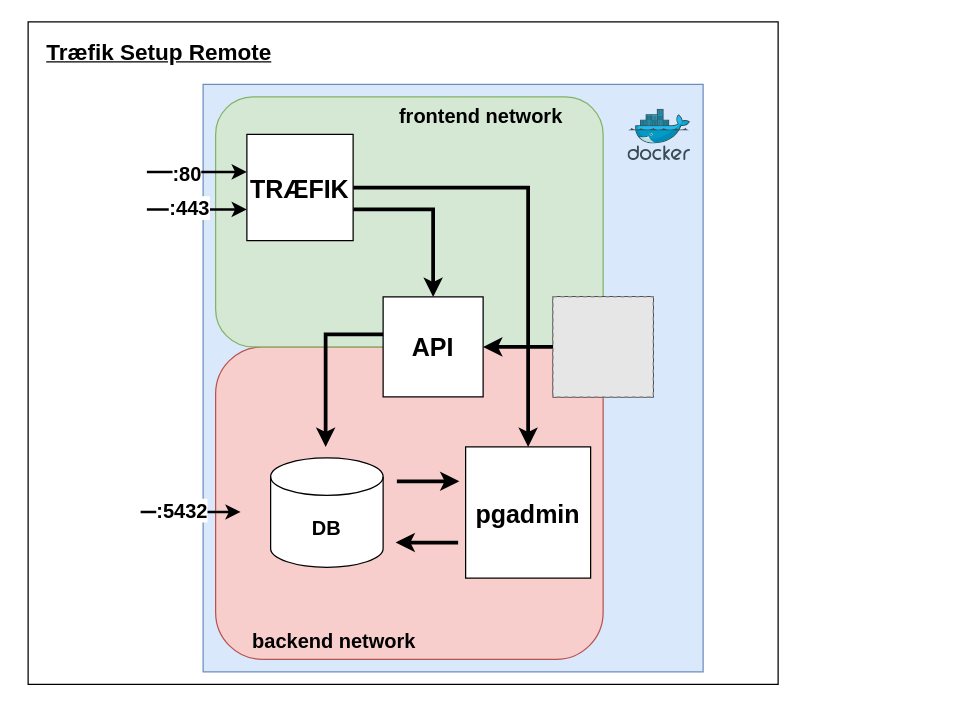
Above: utility/3sem-setup-remote.drawio in tysker/traefik-setup-remote-3sem (draw.io), before the change. Source tidied: cells renumbered, new cells numbered last; positions are measured from the earlier drawing's top-left corner, leaving out a move shared by most shapes. Both pictures are drawn from the tidied source at 125%, with x=0, y=0 at pixel (28, 21). Pictures stored in the file or linked from it are replaced by grey dashed boxes.
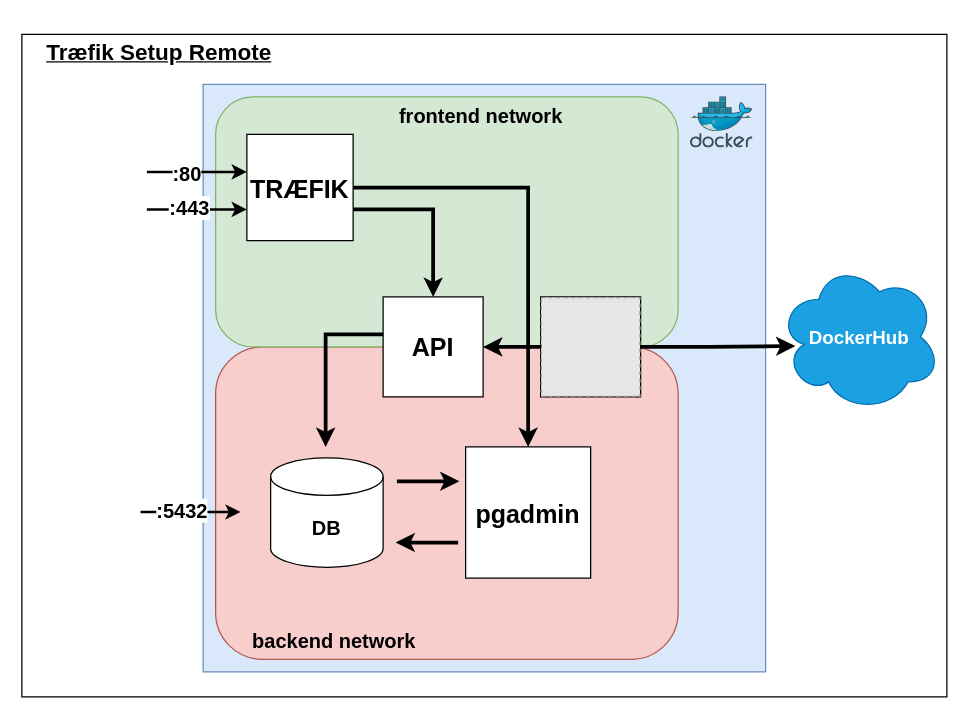
Above is the later version.

Unchanged cells that the change refers to:
```xml
<mxCell id="13" value="&lt;b&gt;&lt;font style=&quot;font-size: 20px;&quot;&gt;API&lt;/font&gt;&lt;/b&gt;" style="rounded=0;whiteSpace=wrap;html=1;" parent="1" vertex="1">
  <mxGeometry x="284" y="220" width="80" height="80" as="geometry" />
</mxCell>
```

Change to the diagram source:
```diff
@@
     <mxCell id="2" style="rounded=0;whiteSpace=wrap;html=1;" parent="1" vertex="1">
-      <mxGeometry width="600" height="530" as="geometry" />
+      <mxGeometry x="-5" y="10" width="740" height="530" as="geometry" />
     </mxCell>
     <mxCell id="3" style="rounded=0;whiteSpace=wrap;html=1;fillColor=#dae8fc;strokeColor=#6c8ebf;" parent="1" vertex="1">
-      <mxGeometry x="140" y="50" width="400" height="470" as="geometry" />
+      <mxGeometry x="140" y="50" width="450" height="470" as="geometry" />
     </mxCell>
     <mxCell id="4" style="rounded=1;whiteSpace=wrap;html=1;fillColor=#f8cecc;strokeColor=#b85450;" parent="1" vertex="1">
-      <mxGeometry x="150" y="260" width="310" height="250" as="geometry" />
+      <mxGeometry x="150" y="260" width="370" height="250" as="geometry" />
     </mxCell>
     <mxCell id="5" style="rounded=1;whiteSpace=wrap;html=1;fillColor=#d5e8d4;strokeColor=#82b366;" parent="1" vertex="1">
-      <mxGeometry x="150" y="60" width="310" height="200" as="geometry" />
+      <mxGeometry x="150" y="60" width="370" height="200" as="geometry" />
     </mxCell>
@@
-    <mxCell id="21" style="image;sketch=0;html=1;align=center;fontSize=12;image=img/lib/mscae/Docker.svg;" parent="1" vertex="1">
-      <mxGeometry x="480" y="70" width="50" height="41" as="geometry" />
-    </mxCell>
@@
-    <mxCell id="23" style="rounded=0;whiteSpace=wrap;html=1;" parent="1" vertex="1">
-      <mxGeometry x="420" y="220" width="80" height="80" as="geometry" />
-    </mxCell>
-    <mxCell id="24" style="edgeStyle=orthogonalEdgeStyle;rounded=0;jettySize=auto;html=1;entryX=1;entryY=0.5;entryDx=0;entryDy=0;strokeWidth=3;" parent="1" edge="1" source="25" target="13">
-      <mxGeometry relative="1" as="geometry" />
-    </mxCell>
-    <mxCell id="25" style="fillColor=#E6E6E6;strokeColor=#999999;dashed=1;" parent="1" vertex="1">
-      <mxGeometry x="420" y="220" width="80" height="80" as="geometry" />
-    </mxCell>
@@
+    <mxCell id="28" value="&lt;b&gt;&lt;font style=&quot;font-size: 15px;&quot;&gt;DockerHub&lt;/font&gt;&lt;/b&gt;" style="ellipse;shape=cloud;whiteSpace=wrap;html=1;fillColor=#1ba1e2;fontColor=#ffffff;strokeColor=#006EAF;" parent="1" vertex="1">
+      <mxGeometry x="600" y="192" width="130" height="120" as="geometry" />
+    </mxCell>
+    <mxCell id="21" style="image;sketch=0;html=1;align=center;fontSize=12;image=img/lib/mscae/Docker.svg;" parent="1" vertex="1">
+      <mxGeometry x="530" y="60" width="50" height="41" as="geometry" />
+    </mxCell>
+    <mxCell id="29" style="edgeStyle=orthogonalEdgeStyle;rounded=0;jettySize=auto;html=1;entryX=0.106;entryY=0.561;entryDx=0;entryDy=0;entryPerimeter=0;strokeWidth=3;" parent="1" edge="1" source="25" target="28">
+      <mxGeometry relative="1" as="geometry" />
+    </mxCell>
+    <mxCell id="30" style="group;" parent="1" vertex="1">
+      <mxGeometry x="410" y="220" width="80" height="80" as="geometry" />
+    </mxCell>
+    <mxCell id="31" style="rounded=0;whiteSpace=wrap;html=1;" parent="30" vertex="1">
+      <mxGeometry width="80" height="80" as="geometry" />
+    </mxCell>
+    <mxCell id="25" style="fillColor=#E6E6E6;strokeColor=#999999;dashed=1;" parent="30" vertex="1">
+      <mxGeometry x="0.5" y="0.5" width="79" height="79" as="geometry" />
+    </mxCell>
+    <mxCell id="24" style="edgeStyle=orthogonalEdgeStyle;rounded=0;jettySize=auto;html=1;entryX=1;entryY=0.5;entryDx=0;entryDy=0;strokeWidth=3;" parent="1" edge="1" source="25" target="13">
+      <mxGeometry relative="1" as="geometry" />
+    </mxCell>
```
